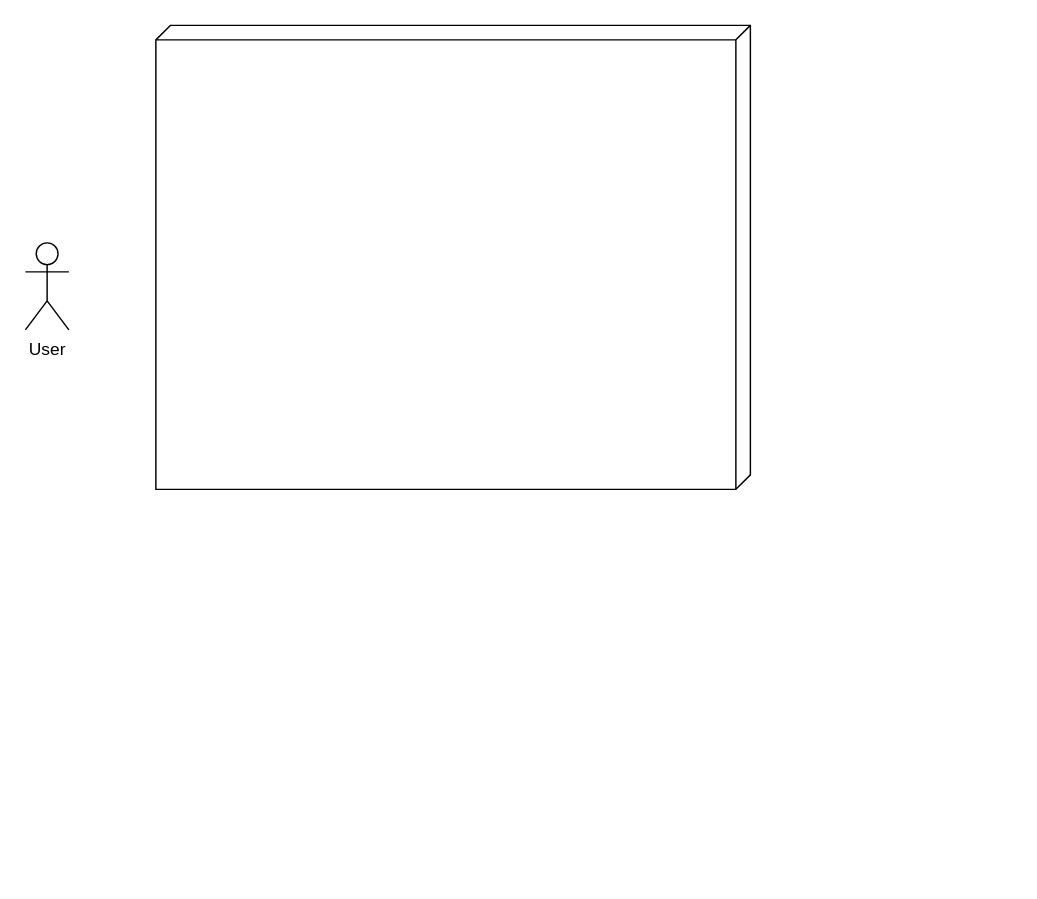
Above: docs/SENASOFT_casos-de-negocio.drawio in StivenKN/learning-quokka (draw.io), before the change. Source tidied: cells renumbered, new cells numbered last; positions are measured from the earlier drawing's top-left corner, leaving out a move shared by most shapes. Both pictures are drawn from the tidied source at 145%, with x=0, y=0 at pixel (25, 25).
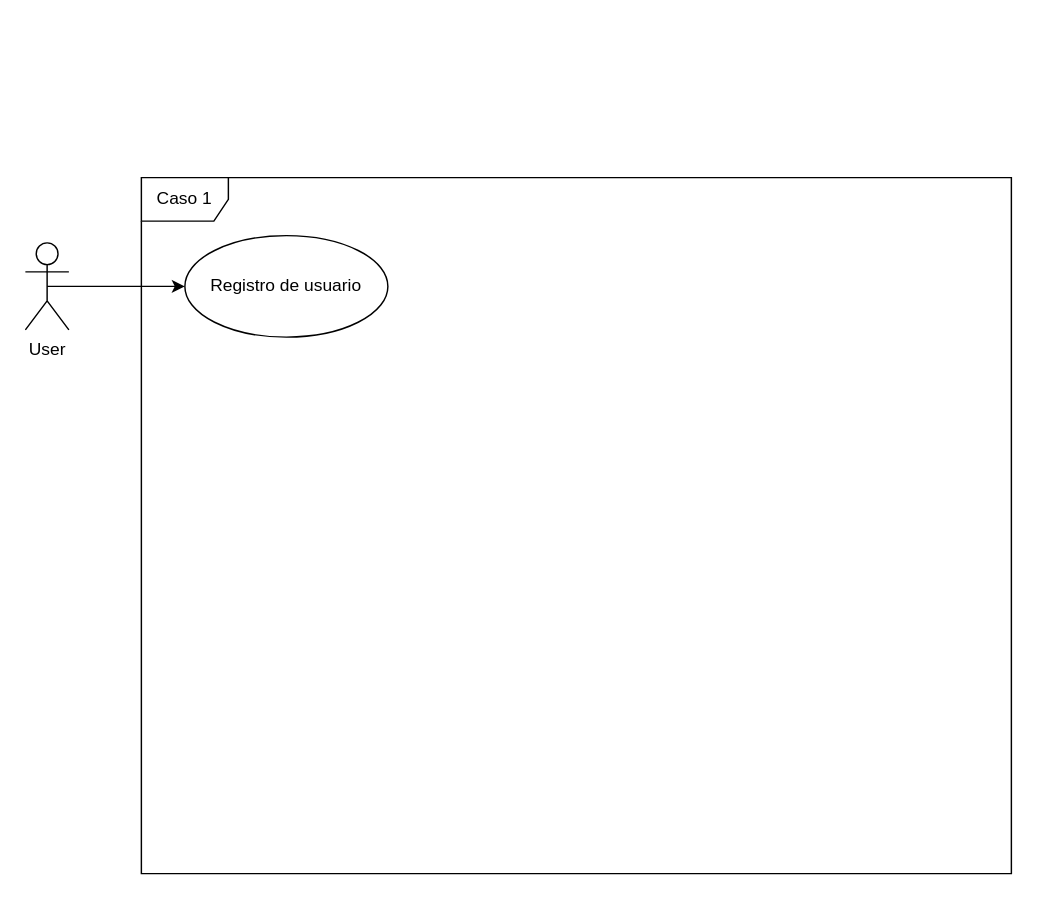
Above is the later version.

What changed in the source:
```diff
@@
 <mxGraphModel>
   <root>
     <mxCell id="0" />
     <mxCell id="1" parent="0" />
+    <mxCell id="4" style="edgeStyle=orthogonalEdgeStyle;rounded=0;jettySize=auto;html=1;exitX=0.5;exitY=0.5;exitDx=0;exitDy=0;exitPerimeter=0;entryX=0;entryY=0.5;entryDx=0;entryDy=0;" parent="1" edge="1" source="2" target="6">
+      <mxGeometry relative="1" as="geometry" />
+    </mxCell>
     <mxCell id="2" value="&lt;div&gt;User&lt;/div&gt;&lt;div&gt;&lt;br&gt;&lt;/div&gt;" style="shape=umlActor;verticalLabelPosition=bottom;verticalAlign=top;html=1;outlineConnect=0;" parent="1" vertex="1">
       <mxGeometry y="150" width="30" height="60" as="geometry" />
     </mxCell>
-    <mxCell id="3" style="verticalAlign=top;align=left;spacingTop=8;spacingLeft=2;spacingRight=12;shape=cube;size=10;direction=south;fontStyle=4;html=1;whiteSpace=wrap;" parent="1" vertex="1">
-      <mxGeometry x="90" width="410" height="320" as="geometry" />
-    </mxCell>
+    <mxCell id="5" value="Caso 1" style="shape=umlFrame;whiteSpace=wrap;html=1;" parent="1" vertex="1">
+      <mxGeometry x="80" y="105" width="600" height="480" as="geometry" />
+    </mxCell>
+    <mxCell id="6" value="Registro de usuario" style="ellipse;whiteSpace=wrap;html=1;" parent="1" vertex="1">
+      <mxGeometry x="110" y="145" width="140" height="70" as="geometry" />
+    </mxCell>
   </root>
 </mxGraphModel>
```
